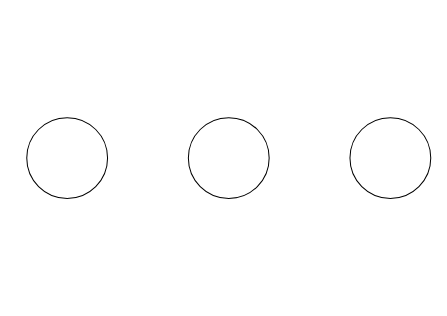
This is Untitled Diagram.drawio from IonToncu/TD, a draw.io file, before an edit. Source tidied: cells renumbered, new cells numbered last; positions are measured from the earlier drawing's top-left corner, leaving out a move shared by most shapes. Both pictures are drawn from the tidied source at 101%, with x=0, y=0 at pixel (26, 117).
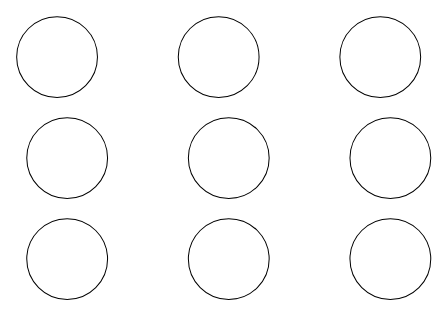
Above is the later version.

Diff of the diagram source:
```diff
@@
 <mxGraphModel>
   <root>
     <mxCell id="0" />
     <mxCell id="1" parent="0" />
     <mxCell id="2" style="ellipse;whiteSpace=wrap;html=1;" parent="1" vertex="1">
       <mxGeometry width="80" height="80" as="geometry" />
     </mxCell>
     <mxCell id="3" style="ellipse;whiteSpace=wrap;html=1;" parent="1" vertex="1">
       <mxGeometry x="160" width="80" height="80" as="geometry" />
     </mxCell>
     <mxCell id="4" style="ellipse;whiteSpace=wrap;html=1;" parent="1" vertex="1">
       <mxGeometry x="320" width="80" height="80" as="geometry" />
     </mxCell>
+    <mxCell id="5" style="ellipse;whiteSpace=wrap;html=1;" parent="1" vertex="1">
+      <mxGeometry y="100" width="80" height="80" as="geometry" />
+    </mxCell>
+    <mxCell id="6" style="ellipse;whiteSpace=wrap;html=1;" parent="1" vertex="1">
+      <mxGeometry x="160" y="100" width="80" height="80" as="geometry" />
+    </mxCell>
+    <mxCell id="7" style="ellipse;whiteSpace=wrap;html=1;" parent="1" vertex="1">
+      <mxGeometry x="320" y="100" width="80" height="80" as="geometry" />
+    </mxCell>
+    <mxCell id="8" style="ellipse;whiteSpace=wrap;html=1;" parent="1" vertex="1">
+      <mxGeometry x="-10" y="-100" width="80" height="80" as="geometry" />
+    </mxCell>
+    <mxCell id="9" style="ellipse;whiteSpace=wrap;html=1;" parent="1" vertex="1">
+      <mxGeometry x="150" y="-100" width="80" height="80" as="geometry" />
+    </mxCell>
+    <mxCell id="10" style="ellipse;whiteSpace=wrap;html=1;" parent="1" vertex="1">
+      <mxGeometry x="310" y="-100" width="80" height="80" as="geometry" />
+    </mxCell>
   </root>
 </mxGraphModel>
```
